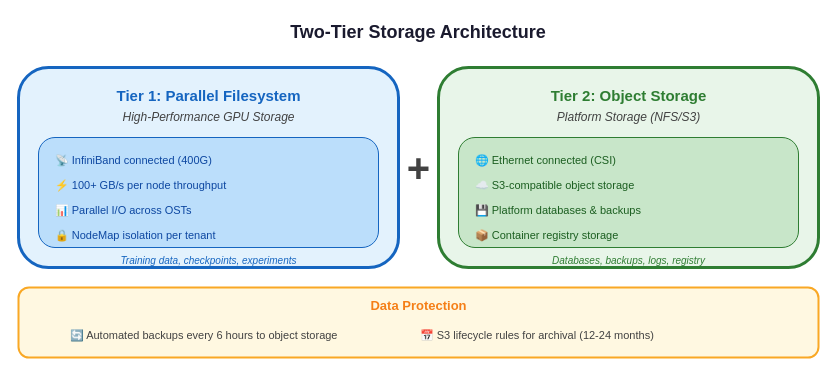
aamir939/Documentation keeps this draw.io diagram as docs/diagrams/storage-architecture.drawio. Above is the earlier version. Source tidied: cells renumbered, new cells numbered last; positions are measured from the earlier drawing's top-left corner, leaving out a move shared by most shapes. Both pictures are drawn from the tidied source at 100%, with x=0, y=0 at pixel (18, 17).
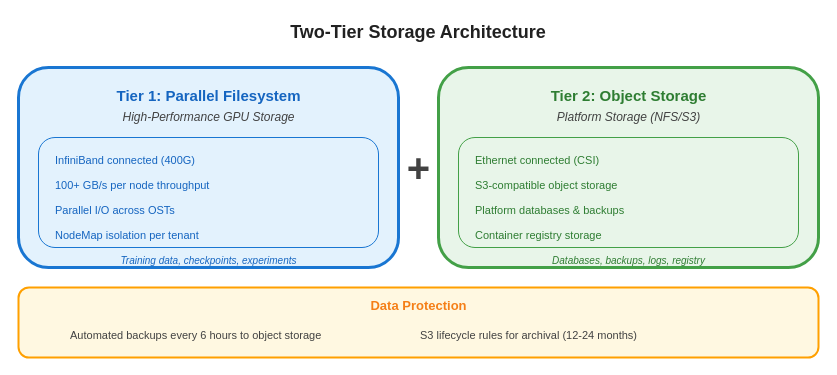
The same page after the edit.

Diff of the diagram source:
```diff
@@
-    <mxCell id="2" value="Two-Tier Storage Architecture" style="text;html=1;strokeColor=none;fillColor=none;align=center;verticalAlign=middle;whiteSpace=wrap;rounded=0;fontSize=18;fontStyle=1;fontColor=#1a1a2e;" parent="1" vertex="1">
+    <mxCell id="2" value="Two-Tier Storage Architecture" style="text;html=1;strokeColor=none;fillColor=none;align=center;verticalAlign=middle;whiteSpace=wrap;rounded=0;fontSize=18;fontStyle=1;fontColor=#212121;" parent="1" vertex="1">
       <mxGeometry x="250" width="300" height="30" as="geometry" />
     </mxCell>
-    <mxCell id="3" style="rounded=1;whiteSpace=wrap;html=1;fillColor=#e3f2fd;strokeColor=#1565c0;strokeWidth=3;" parent="1" vertex="1">
+    <mxCell id="3" style="rounded=1;whiteSpace=wrap;html=1;fillColor=#e3f2fd;strokeColor=#1976d2;strokeWidth=3;" parent="1" vertex="1">
       <mxGeometry y="50" width="380" height="200" as="geometry" />
     </mxCell>
@@
-    <mxCell id="6" style="rounded=1;whiteSpace=wrap;html=1;fillColor=#bbdefb;strokeColor=#1565c0;strokeWidth=1;" parent="1" vertex="1">
+    <mxCell id="6" style="rounded=1;whiteSpace=wrap;html=1;fillColor=#e3f2fd;strokeColor=#1976d2;strokeWidth=1;" parent="1" vertex="1">
       <mxGeometry x="20" y="120" width="340" height="110" as="geometry" />
     </mxCell>
-    <mxCell id="7" value="📡 InfiniBand connected (400G)" style="text;html=1;strokeColor=none;fillColor=none;align=left;fontSize=11;fontColor=#0d47a1;" parent="1" vertex="1">
+    <mxCell id="7" value="InfiniBand connected (400G)" style="text;html=1;strokeColor=none;fillColor=none;align=left;fontSize=11;fontColor=#1565c0;" parent="1" vertex="1">
       <mxGeometry x="35" y="130" width="200" height="20" as="geometry" />
     </mxCell>
-    <mxCell id="8" value="⚡ 100+ GB/s per node throughput" style="text;html=1;strokeColor=none;fillColor=none;align=left;fontSize=11;fontColor=#0d47a1;" parent="1" vertex="1">
+    <mxCell id="8" value="100+ GB/s per node throughput" style="text;html=1;strokeColor=none;fillColor=none;align=left;fontSize=11;fontColor=#1565c0;" parent="1" vertex="1">
       <mxGeometry x="35" y="155" width="200" height="20" as="geometry" />
     </mxCell>
-    <mxCell id="9" value="📊 Parallel I/O across OSTs" style="text;html=1;strokeColor=none;fillColor=none;align=left;fontSize=11;fontColor=#0d47a1;" parent="1" vertex="1">
+    <mxCell id="9" value="Parallel I/O across OSTs" style="text;html=1;strokeColor=none;fillColor=none;align=left;fontSize=11;fontColor=#1565c0;" parent="1" vertex="1">
       <mxGeometry x="35" y="180" width="200" height="20" as="geometry" />
     </mxCell>
-    <mxCell id="10" value="🔒 NodeMap isolation per tenant" style="text;html=1;strokeColor=none;fillColor=none;align=left;fontSize=11;fontColor=#0d47a1;" parent="1" vertex="1">
+    <mxCell id="10" value="NodeMap isolation per tenant" style="text;html=1;strokeColor=none;fillColor=none;align=left;fontSize=11;fontColor=#1565c0;" parent="1" vertex="1">
       <mxGeometry x="35" y="205" width="200" height="20" as="geometry" />
     </mxCell>
@@
-    <mxCell id="13" style="rounded=1;whiteSpace=wrap;html=1;fillColor=#e8f5e9;strokeColor=#2e7d32;strokeWidth=3;" parent="1" vertex="1">
+    <mxCell id="13" style="rounded=1;whiteSpace=wrap;html=1;fillColor=#e8f5e9;strokeColor=#43a047;strokeWidth=3;" parent="1" vertex="1">
       <mxGeometry x="420" y="50" width="380" height="200" as="geometry" />
     </mxCell>
@@
-    <mxCell id="16" style="rounded=1;whiteSpace=wrap;html=1;fillColor=#c8e6c9;strokeColor=#2e7d32;strokeWidth=1;" parent="1" vertex="1">
+    <mxCell id="16" style="rounded=1;whiteSpace=wrap;html=1;fillColor=#e8f5e9;strokeColor=#43a047;strokeWidth=1;" parent="1" vertex="1">
       <mxGeometry x="440" y="120" width="340" height="110" as="geometry" />
     </mxCell>
-    <mxCell id="17" value="🌐 Ethernet connected (CSI)" style="text;html=1;strokeColor=none;fillColor=none;align=left;fontSize=11;fontColor=#1b5e20;" parent="1" vertex="1">
+    <mxCell id="17" value="Ethernet connected (CSI)" style="text;html=1;strokeColor=none;fillColor=none;align=left;fontSize=11;fontColor=#2e7d32;" parent="1" vertex="1">
       <mxGeometry x="455" y="130" width="200" height="20" as="geometry" />
     </mxCell>
-    <mxCell id="18" value="☁️ S3-compatible object storage" style="text;html=1;strokeColor=none;fillColor=none;align=left;fontSize=11;fontColor=#1b5e20;" parent="1" vertex="1">
+    <mxCell id="18" value="S3-compatible object storage" style="text;html=1;strokeColor=none;fillColor=none;align=left;fontSize=11;fontColor=#2e7d32;" parent="1" vertex="1">
       <mxGeometry x="455" y="155" width="200" height="20" as="geometry" />
     </mxCell>
-    <mxCell id="19" value="💾 Platform databases &amp; backups" style="text;html=1;strokeColor=none;fillColor=none;align=left;fontSize=11;fontColor=#1b5e20;" parent="1" vertex="1">
+    <mxCell id="19" value="Platform databases &amp; backups" style="text;html=1;strokeColor=none;fillColor=none;align=left;fontSize=11;fontColor=#2e7d32;" parent="1" vertex="1">
       <mxGeometry x="455" y="180" width="200" height="20" as="geometry" />
     </mxCell>
-    <mxCell id="20" value="📦 Container registry storage" style="text;html=1;strokeColor=none;fillColor=none;align=left;fontSize=11;fontColor=#1b5e20;" parent="1" vertex="1">
+    <mxCell id="20" value="Container registry storage" style="text;html=1;strokeColor=none;fillColor=none;align=left;fontSize=11;fontColor=#2e7d32;" parent="1" vertex="1">
       <mxGeometry x="455" y="205" width="200" height="20" as="geometry" />
     </mxCell>
@@
-    <mxCell id="22" style="rounded=1;whiteSpace=wrap;html=1;fillColor=#fff8e1;strokeColor=#f9a825;strokeWidth=2;" parent="1" vertex="1">
+    <mxCell id="22" style="rounded=1;whiteSpace=wrap;html=1;fillColor=#fff8e1;strokeColor=#ffa000;strokeWidth=2;" parent="1" vertex="1">
       <mxGeometry y="270" width="800" height="70" as="geometry" />
     </mxCell>
@@
-    <mxCell id="24" value="🔄 Automated backups every 6 hours to object storage" style="text;html=1;strokeColor=none;fillColor=none;align=left;fontSize=11;fontColor=#424242;" parent="1" vertex="1">
+    <mxCell id="24" value="Automated backups every 6 hours to object storage" style="text;html=1;strokeColor=none;fillColor=none;align=left;fontSize=11;fontColor=#424242;" parent="1" vertex="1">
       <mxGeometry x="50" y="305" width="300" height="20" as="geometry" />
     </mxCell>
-    <mxCell id="25" value="📅 S3 lifecycle rules for archival (12-24 months)" style="text;html=1;strokeColor=none;fillColor=none;align=left;fontSize=11;fontColor=#424242;" parent="1" vertex="1">
+    <mxCell id="25" value="S3 lifecycle rules for archival (12-24 months)" style="text;html=1;strokeColor=none;fillColor=none;align=left;fontSize=11;fontColor=#424242;" parent="1" vertex="1">
       <mxGeometry x="400" y="305" width="300" height="20" as="geometry" />
     </mxCell>
```
